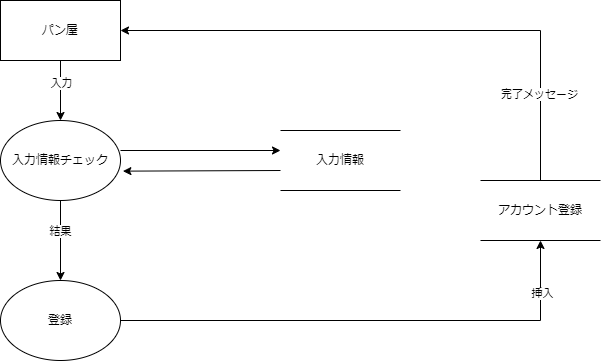
This is DFD/パン屋アカウント登録.drawio.png from Pyama1013/Sotsu.Gamen, a draw.io export, as it was before one commit. Source tidied: cells renumbered, new cells last; positions are measured from the earlier drawing's top-left corner, leaving out a move shared by most shapes. Its diagram source:
```xml
<mxGraphModel>
  <root>
    <mxCell id="0" />
    <mxCell id="1" parent="0" />
    <mxCell id="2" style="edgeStyle=orthogonalEdgeStyle;rounded=0;jettySize=auto;html=1;exitX=0.5;exitY=1;exitDx=0;exitDy=0;entryX=0.5;entryY=0;entryDx=0;entryDy=0;" parent="1" edge="1" source="6" target="9">
      <mxGeometry relative="1" as="geometry" />
    </mxCell>
    <mxCell id="3" value="入力" style="edgeLabel;html=1;align=center;verticalAlign=middle;" parent="2" vertex="1">
      <mxGeometry x="-0.25" relative="1" as="geometry" />
    </mxCell>
    <mxCell id="4" style="edgeStyle=orthogonalEdgeStyle;rounded=0;jettySize=auto;html=1;exitX=0.5;exitY=0;exitDx=0;exitDy=0;entryX=1;entryY=0.5;entryDx=0;entryDy=0;" parent="1" edge="1" source="16" target="6">
      <mxGeometry relative="1" as="geometry" />
    </mxCell>
    <mxCell id="5" value="完了メッセージ" style="edgeLabel;html=1;align=center;verticalAlign=middle;" parent="4" vertex="1">
      <mxGeometry x="-0.69" y="2" relative="1" as="geometry" />
    </mxCell>
    <mxCell id="6" value="パン屋" style="rounded=0;whiteSpace=wrap;html=1;" parent="1" vertex="1">
      <mxGeometry width="120" height="60" as="geometry" />
    </mxCell>
    <mxCell id="7" style="edgeStyle=orthogonalEdgeStyle;rounded=0;jettySize=auto;html=1;exitX=0.5;exitY=1;exitDx=0;exitDy=0;entryX=0.5;entryY=0;entryDx=0;entryDy=0;" parent="1" edge="1" source="9" target="12">
      <mxGeometry relative="1" as="geometry" />
    </mxCell>
    <mxCell id="8" value="結果" style="edgeLabel;html=1;align=center;verticalAlign=middle;" parent="7" vertex="1">
      <mxGeometry x="-0.25" y="-1" relative="1" as="geometry" />
    </mxCell>
    <mxCell id="9" value="入力情報チェック" style="ellipse;whiteSpace=wrap;html=1;" parent="1" vertex="1">
      <mxGeometry y="120" width="120" height="80" as="geometry" />
    </mxCell>
    <mxCell id="10" style="edgeStyle=orthogonalEdgeStyle;rounded=0;jettySize=auto;html=1;exitX=1;exitY=0.5;exitDx=0;exitDy=0;" parent="1" edge="1" source="12">
      <mxGeometry relative="1" as="geometry">
        <mxPoint x="540" y="240" as="targetPoint" />
      </mxGeometry>
    </mxCell>
    <mxCell id="11" value="挿入" style="edgeLabel;html=1;align=center;verticalAlign=middle;" parent="10" vertex="1">
      <mxGeometry x="0.79" y="-1" relative="1" as="geometry" />
    </mxCell>
    <mxCell id="12" value="登録" style="ellipse;whiteSpace=wrap;html=1;" parent="1" vertex="1">
      <mxGeometry y="280" width="120" height="80" as="geometry" />
    </mxCell>
    <mxCell id="13" style="endArrow=classic;html=1;rounded=0;" parent="1" edge="1">
      <mxGeometry relative="1" as="geometry">
        <mxPoint x="120" y="150" as="sourcePoint" />
        <mxPoint x="280" y="150" as="targetPoint" />
      </mxGeometry>
    </mxCell>
    <mxCell id="14" style="endArrow=classic;html=1;rounded=0;entryX=1.02;entryY=0.633;entryDx=0;entryDy=0;entryPerimeter=0;" parent="1" edge="1" target="9">
      <mxGeometry relative="1" as="geometry">
        <mxPoint x="280" y="170" as="sourcePoint" />
      </mxGeometry>
    </mxCell>
    <mxCell id="15" value="入力情報" style="shape=partialRectangle;whiteSpace=wrap;html=1;left=0;right=0;fillColor=none;" parent="1" vertex="1">
      <mxGeometry x="280" y="130" width="120" height="60" as="geometry" />
    </mxCell>
    <mxCell id="16" value="アカウント登録" style="shape=partialRectangle;whiteSpace=wrap;html=1;left=0;right=0;fillColor=none;" parent="1" vertex="1">
      <mxGeometry x="480" y="180" width="120" height="60" as="geometry" />
    </mxCell>
  </root>
</mxGraphModel>
```
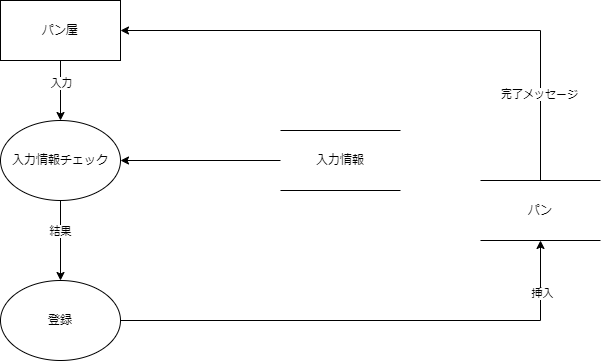
The same diagram one commit later.

Commit message:
パン屋アカウント登録.drawio.png を更新します

What changed in the source:
```diff
@@ -37,21 +37,13 @@
     <mxCell id="12" value="登録" style="ellipse;whiteSpace=wrap;html=1;" parent="1" vertex="1">
       <mxGeometry y="280" width="120" height="80" as="geometry" />
     </mxCell>
-    <mxCell id="13" style="endArrow=classic;html=1;rounded=0;" parent="1" edge="1">
-      <mxGeometry relative="1" as="geometry">
-        <mxPoint x="120" y="150" as="sourcePoint" />
-        <mxPoint x="280" y="150" as="targetPoint" />
-      </mxGeometry>
-    </mxCell>
-    <mxCell id="14" style="endArrow=classic;html=1;rounded=0;entryX=1.02;entryY=0.633;entryDx=0;entryDy=0;entryPerimeter=0;" parent="1" edge="1" target="9">
-      <mxGeometry relative="1" as="geometry">
-        <mxPoint x="280" y="170" as="sourcePoint" />
-      </mxGeometry>
-    </mxCell>
+    <mxCell id="17" style="edgeStyle=orthogonalEdgeStyle;rounded=0;jettySize=auto;html=1;exitX=0;exitY=0.5;exitDx=0;exitDy=0;entryX=1;entryY=0.5;entryDx=0;entryDy=0;fontSize=12;" parent="1" edge="1" source="15" target="9">
+      <mxGeometry relative="1" as="geometry" />
+    </mxCell>
     <mxCell id="15" value="入力情報" style="shape=partialRectangle;whiteSpace=wrap;html=1;left=0;right=0;fillColor=none;" parent="1" vertex="1">
       <mxGeometry x="280" y="130" width="120" height="60" as="geometry" />
     </mxCell>
-    <mxCell id="16" value="アカウント登録" style="shape=partialRectangle;whiteSpace=wrap;html=1;left=0;right=0;fillColor=none;" parent="1" vertex="1">
+    <mxCell id="16" value="パン" style="shape=partialRectangle;whiteSpace=wrap;html=1;left=0;right=0;fillColor=none;" parent="1" vertex="1">
       <mxGeometry x="480" y="180" width="120" height="60" as="geometry" />
     </mxCell>
   </root>
```
